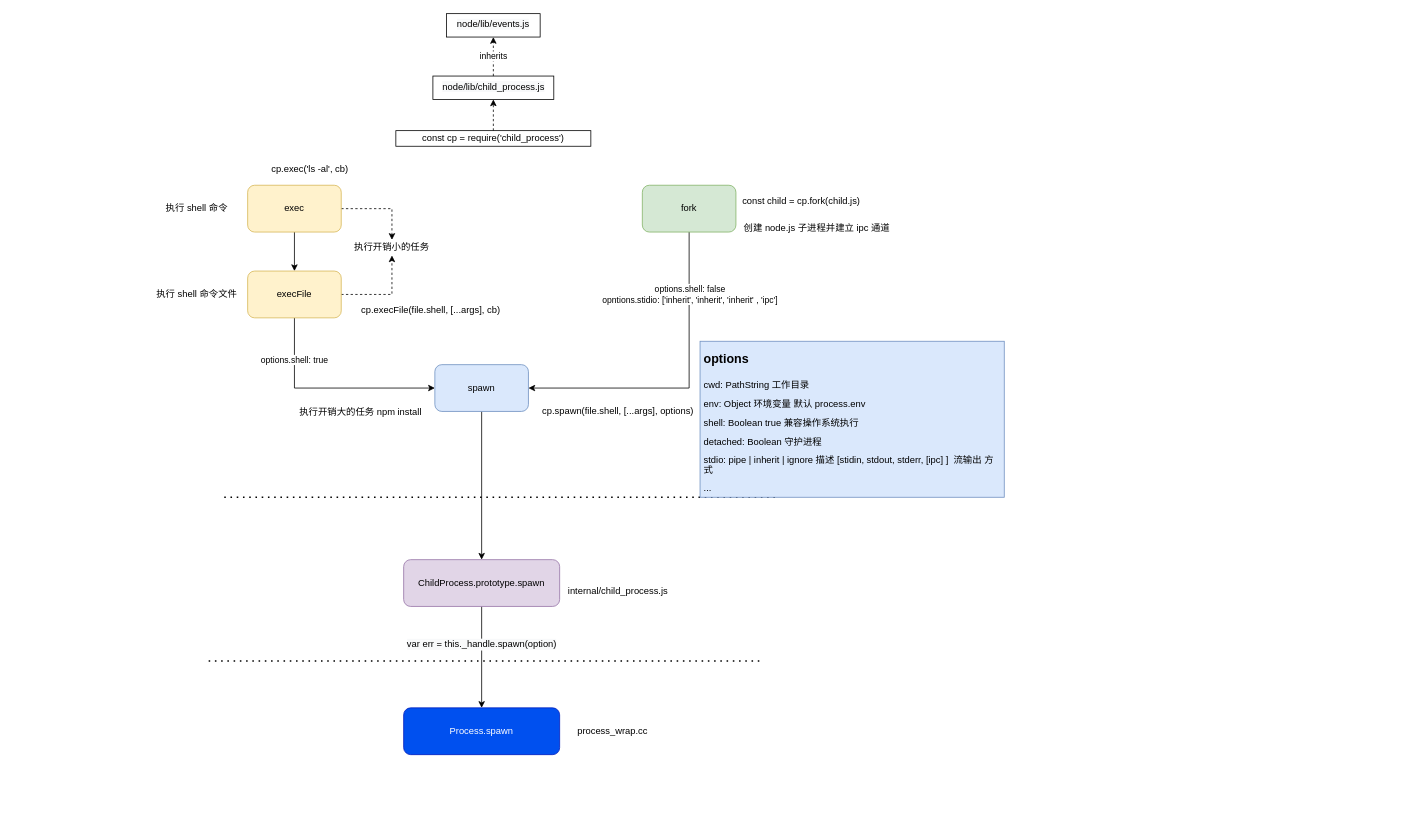
The draw.io diagram child_process.drawio in sfyr111/draw, before the edit. Source tidied: cells renumbered, new cells numbered last; positions are measured from the earlier drawing's top-left corner, leaving out a move shared by most shapes. Both pictures are drawn from the tidied source at 78%, with x=0, y=0 at pixel (154, 13).
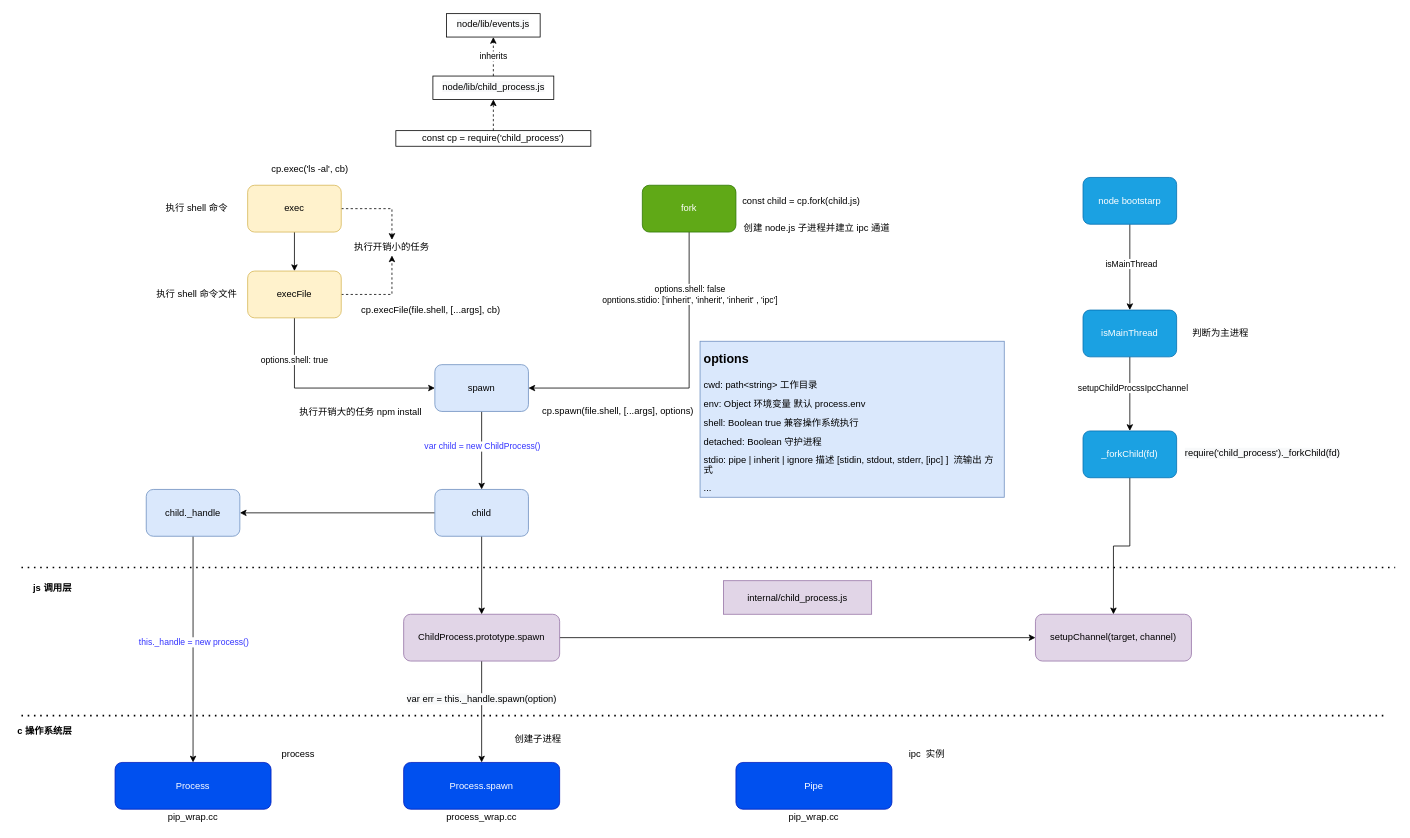
The same page after the edit.

Unchanged cells that the change refers to:
```xml
<mxCell id="11" value="spawn" style="rounded=1;whiteSpace=wrap;html=1;fillColor=#dae8fc;strokeColor=#6c8ebf;" parent="1" vertex="1">
  <mxGeometry x="360" y="450" width="120" height="60" as="geometry" />
</mxCell>
```

The edit, as a diff of the source:
```diff
@@
     <mxCell id="2" style="endArrow=none;dashed=1;html=1;dashPattern=1 3;strokeWidth=2;" parent="1" edge="1">
       <mxGeometry relative="1" as="geometry">
-        <mxPoint x="90" y="620" as="sourcePoint" />
-        <mxPoint x="800" y="620" as="targetPoint" />
+        <mxPoint x="-170" y="710" as="sourcePoint" />
+        <mxPoint x="1591.2" y="710" as="targetPoint" />
       </mxGeometry>
     </mxCell>
@@
-    <mxCell id="10" style="edgeStyle=orthogonalEdgeStyle;rounded=0;jettySize=auto;html=1;exitX=0.5;exitY=1;exitDx=0;exitDy=0;" parent="1" edge="1" source="11" target="17">
-      <mxGeometry relative="1" as="geometry" />
-    </mxCell>
+    <mxCell id="37" style="edgeStyle=orthogonalEdgeStyle;rounded=0;jettySize=auto;html=1;fontColor=#3333FF;" parent="1" edge="1" source="11" target="62">
+      <mxGeometry relative="1" as="geometry" />
+    </mxCell>
+    <mxCell id="38" value="var child = new ChildProcess()" style="edgeLabel;html=1;align=center;verticalAlign=middle;fontColor=#3333FF;" parent="37" vertex="1">
+      <mxGeometry x="-0.12" relative="1" as="geometry" />
+    </mxCell>
@@
-    <mxCell id="14" value="fork" style="rounded=1;whiteSpace=wrap;html=1;fillColor=#d5e8d4;strokeColor=#82b366;" parent="1" vertex="1">
+    <mxCell id="14" value="fork" style="rounded=1;whiteSpace=wrap;html=1;fillColor=#60a917;strokeColor=#2D7600;fontColor=#ffffff;" parent="1" vertex="1">
       <mxGeometry x="626" y="220" width="120" height="60" as="geometry" />
     </mxCell>
@@
+    <mxCell id="39" style="edgeStyle=orthogonalEdgeStyle;rounded=0;jettySize=auto;html=1;" parent="1" edge="1" source="17" target="40">
+      <mxGeometry relative="1" as="geometry" />
+    </mxCell>
     <mxCell id="17" value="ChildProcess.prototype.spawn" style="rounded=1;whiteSpace=wrap;html=1;fillColor=#e1d5e7;strokeColor=#9673a6;" parent="1" vertex="1">
-      <mxGeometry x="320" y="700" width="200" height="60" as="geometry" />
+      <mxGeometry x="320" y="770" width="200" height="60" as="geometry" />
     </mxCell>
-    <mxCell id="18" value="internal/child_process.js" style="text;html=1;strokeColor=none;fillColor=none;align=center;verticalAlign=middle;whiteSpace=wrap;rounded=0;" parent="1" vertex="1">
-      <mxGeometry x="527" y="730" width="136" height="20" as="geometry" />
+    <mxCell id="18" value="internal/child_process.js" style="text;html=1;strokeColor=#9673a6;fillColor=#e1d5e7;align=center;verticalAlign=middle;whiteSpace=wrap;rounded=0;" parent="1" vertex="1">
+      <mxGeometry x="730" y="727" width="190" height="43" as="geometry" />
     </mxCell>
@@
-    <mxCell id="28" value="&lt;p style=&quot;line-height: 100%&quot;&gt;&lt;/p&gt;&lt;h1&gt;&lt;font style=&quot;font-size: 16px ; line-height: 100%&quot;&gt;options&lt;/font&gt;&lt;/h1&gt;&lt;p style=&quot;line-height: 100%&quot;&gt;cwd: PathString 工作目录&lt;/p&gt;&lt;p style=&quot;line-height: 100%&quot;&gt;env: Object 环境变量 默认 process.env&lt;/p&gt;&lt;p style=&quot;line-height: 100%&quot;&gt;shell: Boolean true 兼容操作系统执行&lt;/p&gt;&lt;p style=&quot;line-height: 100%&quot;&gt;&lt;span&gt;detached: Boolean 守护进程&lt;/span&gt;&lt;/p&gt;&lt;p style=&quot;line-height: 100%&quot;&gt;stdio: pipe | inherit | ignore 描述 [stidin, stdout, stderr, [ipc] ]&amp;nbsp; 流输出 方式&lt;/p&gt;&lt;p style=&quot;line-height: 100%&quot;&gt;...&lt;/p&gt;&lt;p&gt;&lt;br&gt;&lt;/p&gt;&lt;p&gt;&lt;br&gt;&lt;/p&gt;&lt;p&gt;&lt;/p&gt;" style="text;html=1;strokeColor=#6c8ebf;fillColor=#dae8fc;spacing=5;spacingTop=-20;whiteSpace=wrap;overflow=hidden;rounded=0;" parent="1" vertex="1">
+    <mxCell id="28" value="&lt;p style=&quot;line-height: 100%&quot;&gt;&lt;/p&gt;&lt;h1&gt;&lt;font style=&quot;font-size: 16px ; line-height: 100%&quot;&gt;options&lt;/font&gt;&lt;/h1&gt;&lt;p style=&quot;line-height: 100%&quot;&gt;cwd: path&amp;lt;string&amp;gt; 工作目录&lt;/p&gt;&lt;p style=&quot;line-height: 100%&quot;&gt;env: Object 环境变量 默认 process.env&lt;/p&gt;&lt;p style=&quot;line-height: 100%&quot;&gt;shell: Boolean true 兼容操作系统执行&lt;/p&gt;&lt;p style=&quot;line-height: 100%&quot;&gt;&lt;span&gt;detached: Boolean 守护进程&lt;/span&gt;&lt;/p&gt;&lt;p style=&quot;line-height: 100%&quot;&gt;stdio: pipe | inherit | ignore 描述 [stidin, stdout, stderr, [ipc] ]&amp;nbsp; 流输出 方式&lt;/p&gt;&lt;p style=&quot;line-height: 100%&quot;&gt;...&lt;/p&gt;&lt;p&gt;&lt;br&gt;&lt;/p&gt;&lt;p&gt;&lt;br&gt;&lt;/p&gt;&lt;p&gt;&lt;/p&gt;" style="text;html=1;strokeColor=#6c8ebf;fillColor=#dae8fc;spacing=5;spacingTop=-20;whiteSpace=wrap;overflow=hidden;rounded=0;" parent="1" vertex="1">
       <mxGeometry x="700" y="420" width="390" height="200" as="geometry" />
     </mxCell>
@@
     <mxCell id="34" value="Process.spawn" style="rounded=1;whiteSpace=wrap;html=1;fillColor=#0050ef;strokeColor=#001DBC;fontColor=#ffffff;" parent="1" vertex="1">
-      <mxGeometry x="320" y="890" width="200" height="60" as="geometry" />
+      <mxGeometry x="320" y="960" width="200" height="60" as="geometry" />
     </mxCell>
     <mxCell id="35" style="endArrow=none;dashed=1;html=1;dashPattern=1 3;strokeWidth=2;" parent="1" edge="1">
       <mxGeometry relative="1" as="geometry">
-        <mxPoint x="70" y="830" as="sourcePoint" />
-        <mxPoint x="780" y="830" as="targetPoint" />
+        <mxPoint x="-170" y="900" as="sourcePoint" />
+        <mxPoint x="1580" y="900" as="targetPoint" />
       </mxGeometry>
     </mxCell>
+    <mxCell id="40" value="setupChannel(target, channel)" style="rounded=1;whiteSpace=wrap;html=1;fillColor=#e1d5e7;strokeColor=#9673a6;" parent="1" vertex="1">
+      <mxGeometry x="1130" y="770" width="200" height="60" as="geometry" />
+    </mxCell>
+    <mxCell id="41" style="edgeStyle=orthogonalEdgeStyle;rounded=0;jettySize=auto;html=1;entryX=0.5;entryY=0;entryDx=0;entryDy=0;" parent="1" edge="1" source="43" target="46">
+      <mxGeometry relative="1" as="geometry" />
+    </mxCell>
+    <mxCell id="42" value="isMainThread" style="edgeLabel;html=1;align=center;verticalAlign=middle;" parent="41" vertex="1">
+      <mxGeometry x="-0.07" y="1" relative="1" as="geometry">
+        <mxPoint y="-1" as="offset" />
+      </mxGeometry>
+    </mxCell>
+    <mxCell id="43" value="node bootstarp" style="rounded=1;whiteSpace=wrap;html=1;strokeColor=#006EAF;fillColor=#1ba1e2;fontColor=#ffffff;" parent="1" vertex="1">
+      <mxGeometry x="1191" y="210" width="120" height="60" as="geometry" />
+    </mxCell>
+    <mxCell id="44" style="edgeStyle=orthogonalEdgeStyle;rounded=0;jettySize=auto;html=1;exitX=0.5;exitY=1;exitDx=0;exitDy=0;entryX=0.5;entryY=0;entryDx=0;entryDy=0;" parent="1" edge="1" source="46" target="48">
+      <mxGeometry relative="1" as="geometry" />
+    </mxCell>
+    <mxCell id="45" value="setupChildProcssIpcChannel" style="edgeLabel;html=1;align=center;verticalAlign=middle;" parent="44" vertex="1">
+      <mxGeometry x="-0.16" y="3" relative="1" as="geometry">
+        <mxPoint y="-1" as="offset" />
+      </mxGeometry>
+    </mxCell>
+    <mxCell id="46" value="isMainThread" style="rounded=1;whiteSpace=wrap;html=1;strokeColor=#006EAF;fillColor=#1ba1e2;fontColor=#ffffff;" parent="1" vertex="1">
+      <mxGeometry x="1191" y="380" width="120" height="60" as="geometry" />
+    </mxCell>
+    <mxCell id="47" style="edgeStyle=orthogonalEdgeStyle;rounded=0;jettySize=auto;html=1;" parent="1" edge="1" source="48" target="40">
+      <mxGeometry relative="1" as="geometry" />
+    </mxCell>
+    <mxCell id="48" value="_forkChild(fd)" style="rounded=1;whiteSpace=wrap;html=1;strokeColor=#006EAF;fillColor=#1ba1e2;fontColor=#ffffff;" parent="1" vertex="1">
+      <mxGeometry x="1191" y="535" width="120" height="60" as="geometry" />
+    </mxCell>
+    <mxCell id="49" value="&lt;span style=&quot;color: rgb(0 , 0 , 0) ; font-family: &amp;#34;helvetica&amp;#34; ; font-size: 12px ; font-style: normal ; font-weight: 400 ; letter-spacing: normal ; text-align: center ; text-indent: 0px ; text-transform: none ; word-spacing: 0px ; background-color: rgb(248 , 249 , 250) ; display: inline ; float: none&quot;&gt;require('child_process')._forkChild(fd)&lt;/span&gt;" style="text;whiteSpace=wrap;html=1;" parent="1" vertex="1">
+      <mxGeometry x="1320" y="550" width="230" height="30" as="geometry" />
+    </mxCell>
+    <mxCell id="50" value="创建子进程" style="text;html=1;strokeColor=none;fillColor=none;align=center;verticalAlign=middle;whiteSpace=wrap;rounded=0;" parent="1" vertex="1">
+      <mxGeometry x="455" y="920" width="75" height="20" as="geometry" />
+    </mxCell>
+    <mxCell id="51" value="判断为主进程" style="text;html=1;strokeColor=none;fillColor=none;align=center;verticalAlign=middle;whiteSpace=wrap;rounded=0;" parent="1" vertex="1">
+      <mxGeometry x="1330" y="400" width="75" height="20" as="geometry" />
+    </mxCell>
+    <mxCell id="52" value="&lt;b&gt;js 调用层&lt;/b&gt;" style="text;html=1;strokeColor=none;fillColor=none;align=center;verticalAlign=middle;whiteSpace=wrap;rounded=0;" parent="1" vertex="1">
+      <mxGeometry x="-160" y="727" width="60" height="20" as="geometry" />
+    </mxCell>
+    <mxCell id="53" value="c 操作系统层" style="text;html=1;strokeColor=none;fillColor=none;align=center;verticalAlign=middle;whiteSpace=wrap;rounded=0;fontStyle=1;" parent="1" vertex="1">
+      <mxGeometry x="-180" y="910" width="80" height="20" as="geometry" />
+    </mxCell>
+    <mxCell id="54" value="Pipe" style="rounded=1;whiteSpace=wrap;html=1;fillColor=#0050ef;strokeColor=#001DBC;fontColor=#ffffff;" parent="1" vertex="1">
+      <mxGeometry x="746" y="960" width="200" height="60" as="geometry" />
+    </mxCell>
+    <mxCell id="55" value="&lt;font color=&quot;#000000&quot;&gt;ipc&amp;nbsp; 实例&lt;/font&gt;" style="text;html=1;strokeColor=none;fillColor=none;align=center;verticalAlign=middle;whiteSpace=wrap;rounded=0;fontColor=#3333FF;" parent="1" vertex="1">
+      <mxGeometry x="956" y="940" width="70" height="20" as="geometry" />
+    </mxCell>
+    <mxCell id="56" value="Process" style="rounded=1;whiteSpace=wrap;html=1;fillColor=#0050ef;strokeColor=#001DBC;fontColor=#ffffff;" parent="1" vertex="1">
+      <mxGeometry x="-50" y="960" width="200" height="60" as="geometry" />
+    </mxCell>
+    <mxCell id="57" value="&lt;font color=&quot;#000000&quot;&gt;process&lt;/font&gt;" style="text;html=1;strokeColor=none;fillColor=none;align=center;verticalAlign=middle;whiteSpace=wrap;rounded=0;fontColor=#3333FF;" parent="1" vertex="1">
+      <mxGeometry x="150" y="940" width="70" height="20" as="geometry" />
+    </mxCell>
-    <mxCell id="36" value="process_wrap.cc" style="text;html=1;strokeColor=none;fillColor=none;align=center;verticalAlign=middle;whiteSpace=wrap;rounded=0;" parent="1" vertex="1">
-      <mxGeometry x="520" y="910" width="136" height="20" as="geometry" />
+    <mxCell id="36" value="&lt;span style=&quot;color: rgb(0 , 0 , 0)&quot;&gt;process_wrap.cc&lt;/span&gt;" style="text;html=1;strokeColor=none;fillColor=none;align=center;verticalAlign=middle;whiteSpace=wrap;rounded=0;fontColor=#3333FF;" parent="1" vertex="1">
+      <mxGeometry x="380" y="1020" width="80" height="20" as="geometry" />
     </mxCell>
+    <mxCell id="58" value="&lt;span style=&quot;color: rgb(0 , 0 , 0)&quot;&gt;pip_wrap.cc&lt;/span&gt;" style="text;html=1;strokeColor=none;fillColor=none;align=center;verticalAlign=middle;whiteSpace=wrap;rounded=0;fontColor=#3333FF;" parent="1" vertex="1">
+      <mxGeometry x="826" y="1020" width="40" height="20" as="geometry" />
+    </mxCell>
+    <mxCell id="59" value="&lt;span style=&quot;color: rgb(0 , 0 , 0)&quot;&gt;pip_wrap.cc&lt;/span&gt;" style="text;html=1;strokeColor=none;fillColor=none;align=center;verticalAlign=middle;whiteSpace=wrap;rounded=0;fontColor=#3333FF;" parent="1" vertex="1">
+      <mxGeometry x="30" y="1020" width="40" height="20" as="geometry" />
+    </mxCell>
+    <mxCell id="60" style="edgeStyle=orthogonalEdgeStyle;rounded=0;jettySize=auto;html=1;fontColor=#3333FF;" parent="1" edge="1" source="62" target="17">
+      <mxGeometry relative="1" as="geometry" />
+    </mxCell>
+    <mxCell id="61" style="edgeStyle=orthogonalEdgeStyle;rounded=0;jettySize=auto;html=1;fontColor=#3333FF;" parent="1" edge="1" source="62" target="65">
+      <mxGeometry relative="1" as="geometry" />
+    </mxCell>
+    <mxCell id="62" value="child" style="rounded=1;whiteSpace=wrap;html=1;fillColor=#dae8fc;strokeColor=#6c8ebf;" parent="1" vertex="1">
+      <mxGeometry x="360" y="610" width="120" height="60" as="geometry" />
+    </mxCell>
+    <mxCell id="63" style="edgeStyle=orthogonalEdgeStyle;rounded=0;jettySize=auto;html=1;entryX=0.5;entryY=0;entryDx=0;entryDy=0;fontColor=#3333FF;" parent="1" edge="1" source="65" target="56">
+      <mxGeometry relative="1" as="geometry" />
+    </mxCell>
+    <mxCell id="64" value="this._handle = new process()" style="edgeLabel;html=1;align=center;verticalAlign=middle;fontColor=#3333FF;" parent="63" vertex="1">
+      <mxGeometry x="-0.07" relative="1" as="geometry" />
+    </mxCell>
+    <mxCell id="65" value="child._handle" style="rounded=1;whiteSpace=wrap;html=1;fillColor=#dae8fc;strokeColor=#6c8ebf;" parent="1" vertex="1">
+      <mxGeometry x="-10" y="610" width="120" height="60" as="geometry" />
+    </mxCell>
```
